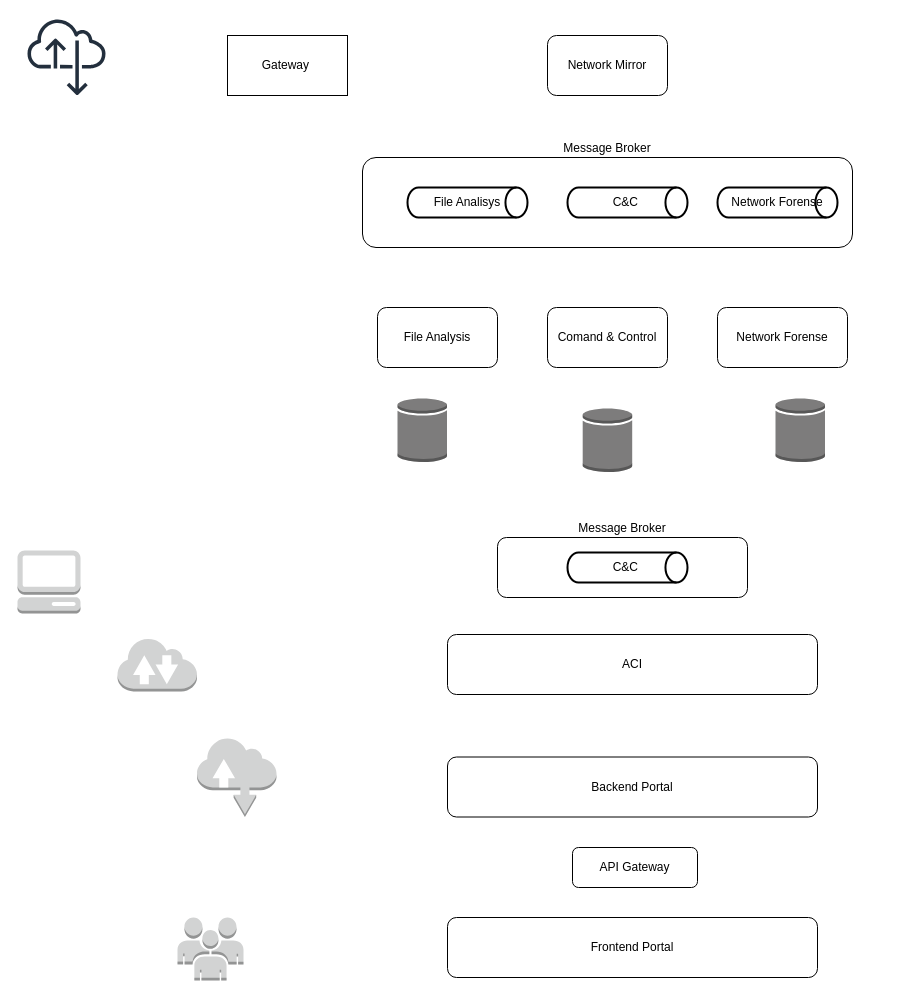
Earlier version of the draw.io diagram Untitled Diagram.drawio (wendersonsouza/CyberFortNexus). Source tidied: cells renumbered, new cells numbered last; positions are measured from the earlier drawing's top-left corner, leaving out a move shared by most shapes. Both pictures are drawn from the tidied source at 100%, with x=0, y=0 at pixel (17, 17).
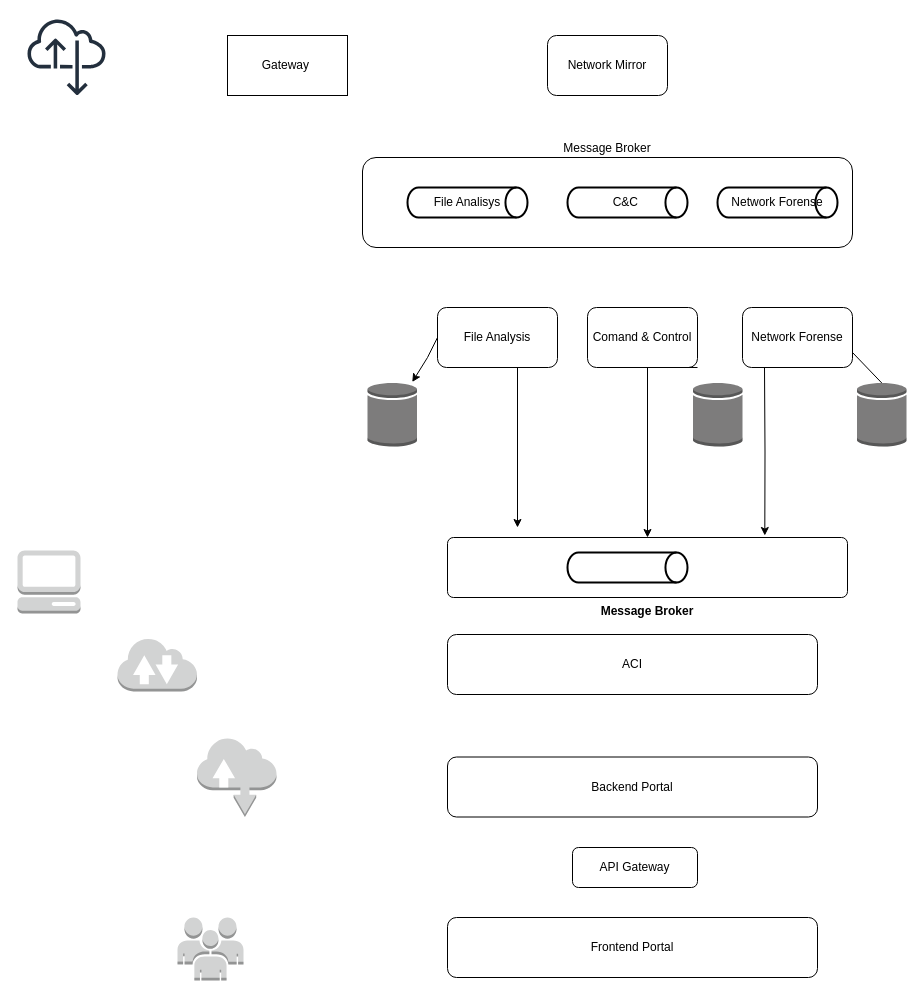
The same diagram, later.

The edit, as a diff of the source:
```diff
@@
     <mxCell id="10" style="outlineConnect=0;dashed=0;verticalLabelPosition=bottom;verticalAlign=top;align=center;html=1;shape=mxgraph.aws3.generic_database;fillColor=#7D7C7C;gradientColor=none;" parent="1" vertex="1">
-      <mxGeometry x="380" y="380" width="49.5" height="64.5" as="geometry" />
+      <mxGeometry x="350" y="364.5" width="49.5" height="64.5" as="geometry" />
     </mxCell>
@@
+    <mxCell id="25" style="rounded=0;jettySize=auto;html=1;exitX=0;exitY=0.5;exitDx=0;exitDy=0;startArrow=none;startFill=0;" parent="1" edge="1" source="14" target="10">
+      <mxGeometry relative="1" as="geometry">
+        <Array as="points">
+          <mxPoint x="410" y="340" />
+        </Array>
+      </mxGeometry>
+    </mxCell>
     <mxCell id="14" value="File Analysis" style="rounded=1;whiteSpace=wrap;html=1;" parent="1" vertex="1">
-      <mxGeometry x="360" y="290" width="120" height="60" as="geometry" />
+      <mxGeometry x="420" y="290" width="120" height="60" as="geometry" />
     </mxCell>
     <mxCell id="15" value="Comand &amp;amp; Control" style="rounded=1;whiteSpace=wrap;html=1;" parent="1" vertex="1">
-      <mxGeometry x="530" y="290" width="120" height="60" as="geometry" />
+      <mxGeometry x="570" y="290" width="110" height="60" as="geometry" />
     </mxCell>
     <mxCell id="16" value="Network Forense" style="rounded=1;whiteSpace=wrap;html=1;" parent="1" vertex="1">
-      <mxGeometry x="700" y="290" width="130" height="60" as="geometry" />
+      <mxGeometry x="725" y="290" width="110" height="60" as="geometry" />
     </mxCell>
     <mxCell id="17" style="dashed=0;verticalLabelPosition=bottom;verticalAlign=top;align=center;html=1;shape=mxgraph.aws3.generic_database;fillColor=#7D7C7C;gradientColor=none;" parent="1" vertex="1">
-      <mxGeometry x="565.2" y="390" width="49.5" height="64.5" as="geometry" />
+      <mxGeometry x="675.5" y="364.5" width="49.5" height="64.5" as="geometry" />
     </mxCell>
     <mxCell id="18" style="outlineConnect=0;dashed=0;verticalLabelPosition=bottom;verticalAlign=top;align=center;html=1;shape=mxgraph.aws3.generic_database;fillColor=#7D7C7C;gradientColor=none;" parent="1" vertex="1">
-      <mxGeometry x="758" y="380" width="49.5" height="64.5" as="geometry" />
+      <mxGeometry x="839.5" y="364.5" width="49.5" height="64.5" as="geometry" />
     </mxCell>
-    <mxCell id="19" value="Message Broker" style="rounded=1;whiteSpace=wrap;html=1;fillColor=none;labelPosition=center;verticalLabelPosition=top;align=center;verticalAlign=bottom;" parent="1" vertex="1">
-      <mxGeometry x="480" y="520" width="250" height="60" as="geometry" />
+    <mxCell id="19" value="&lt;b&gt;Message Broker&lt;/b&gt;" style="rounded=1;whiteSpace=wrap;html=1;fillColor=none;labelPosition=center;verticalLabelPosition=bottom;align=center;verticalAlign=top;arcSize=10;" parent="1" vertex="1">
+      <mxGeometry x="430" y="520" width="400" height="60" as="geometry" />
     </mxCell>
-    <mxCell id="20" value="C&amp;amp;C&amp;nbsp;" style="strokeWidth=2;html=1;shape=mxgraph.flowchart.direct_data;whiteSpace=wrap;" parent="1" vertex="1">
+    <mxCell id="20" style="strokeWidth=2;html=1;shape=mxgraph.flowchart.direct_data;whiteSpace=wrap;" parent="1" vertex="1">
       <mxGeometry x="550" y="535" width="120" height="30" as="geometry" />
     </mxCell>
@@
+    <mxCell id="26" style="edgeStyle=orthogonalEdgeStyle;rounded=0;jettySize=auto;html=1;exitX=1;exitY=1;exitDx=0;exitDy=0;" parent="1" edge="1" source="15">
+      <mxGeometry relative="1" as="geometry">
+        <mxPoint x="630" y="520" as="targetPoint" />
+        <Array as="points">
+          <mxPoint x="630" y="350" />
+          <mxPoint x="630" y="520" />
+        </Array>
+      </mxGeometry>
+    </mxCell>
+    <mxCell id="27" style="edgeStyle=orthogonalEdgeStyle;rounded=0;orthogonalLoop=1;jettySize=auto;html=1;exitX=1;exitY=1;exitDx=0;exitDy=0;entryX=0.12;entryY=-0.167;entryDx=0;entryDy=0;entryPerimeter=0;" parent="1" edge="1">
+      <mxGeometry relative="1" as="geometry">
+        <mxPoint x="500" y="350" as="sourcePoint" />
+        <mxPoint x="500" y="510" as="targetPoint" />
+      </mxGeometry>
+    </mxCell>
+    <mxCell id="28" style="edgeStyle=orthogonalEdgeStyle;rounded=0;orthogonalLoop=1;jettySize=auto;html=1;entryX=0.968;entryY=-0.033;entryDx=0;entryDy=0;entryPerimeter=0;" parent="1" edge="1">
+      <mxGeometry relative="1" as="geometry">
+        <mxPoint x="747" y="350" as="sourcePoint" />
+        <mxPoint x="747.3" y="518" as="targetPoint" />
+      </mxGeometry>
+    </mxCell>
+    <mxCell id="29" style="rounded=0;jettySize=auto;html=1;entryX=0.5;entryY=0.015;entryDx=0;entryDy=0;entryPerimeter=0;strokeColor=default;endArrow=none;startFill=0;exitX=1;exitY=0.75;exitDx=0;exitDy=0;" parent="1" edge="1" source="16" target="18">
+      <mxGeometry relative="1" as="geometry" />
+    </mxCell>
```
